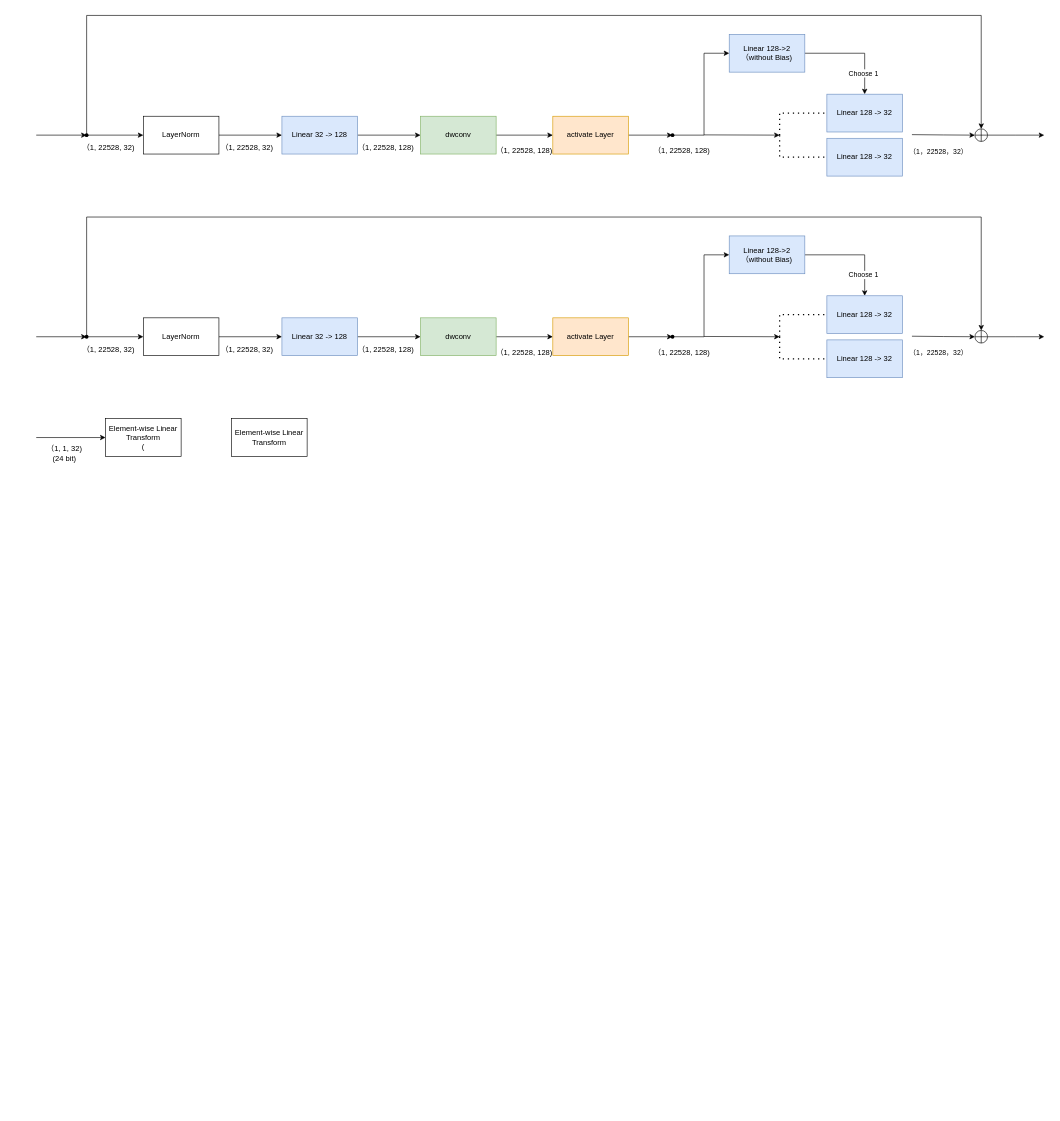
Above: page "Copy of MoE" (2 of 2) of Segformer.drawio in Devil-SX/draw-io (draw.io), before the change. Source tidied: cells renumbered, new cells numbered last; positions are measured from the earlier drawing's top-left corner, leaving out a move shared by most shapes. Both pictures are drawn from the tidied source at 63%, with x=0, y=0 at pixel (30, 15).
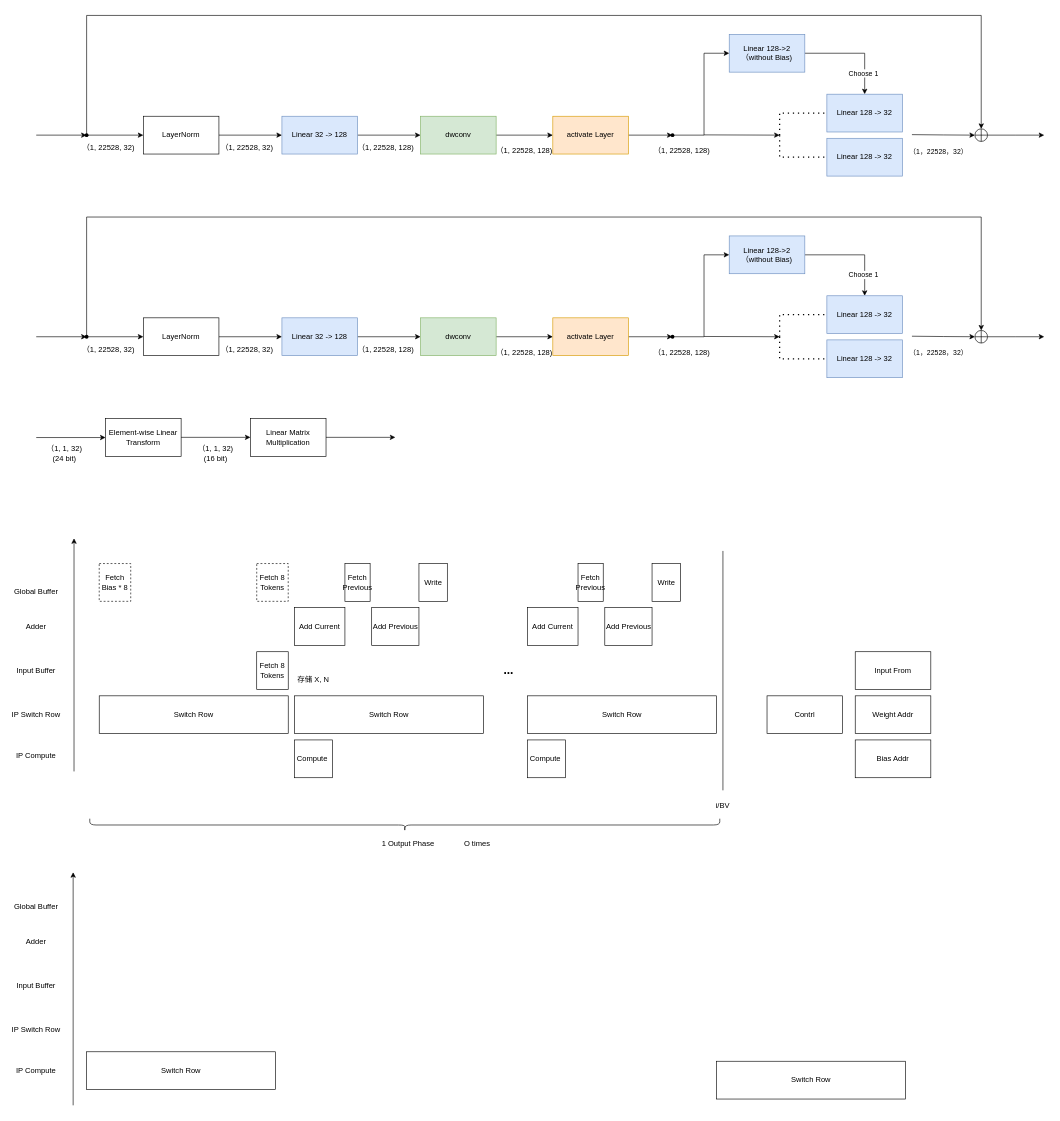
Above is the later version.

The edit, as a diff of the source:
```diff
@@
-    <mxCell id="66" value="Element-wise Linear Transform&lt;br&gt;(" style="rounded=0;whiteSpace=wrap;html=1;" parent="1" vertex="1">
+    <mxCell id="66" value="Element-wise Linear Transform" style="rounded=0;whiteSpace=wrap;html=1;" parent="1" vertex="1">
       <mxGeometry x="120" y="640" width="120" height="60" as="geometry" />
     </mxCell>
-    <mxCell id="67" value="Element-wise Linear Transform" style="rounded=0;whiteSpace=wrap;html=1;" parent="1" vertex="1">
-      <mxGeometry x="320" y="640" width="120" height="60" as="geometry" />
+    <mxCell id="67" value="Linear Matrix Multiplication" style="rounded=0;whiteSpace=wrap;html=1;" parent="1" vertex="1">
+      <mxGeometry x="350" y="640" width="120" height="60" as="geometry" />
     </mxCell>
+    <mxCell id="68" style="endArrow=classic;html=1;rounded=0;" parent="1" edge="1">
+      <mxGeometry relative="1" as="geometry">
+        <mxPoint x="240" y="669.7" as="sourcePoint" />
+        <mxPoint x="350" y="669.7" as="targetPoint" />
+      </mxGeometry>
+    </mxCell>
+    <mxCell id="69" value="（1, 1, 32)&lt;br&gt;(16 bit)" style="text;html=1;strokeColor=none;fillColor=none;align=center;verticalAlign=middle;whiteSpace=wrap;rounded=0;" parent="1" vertex="1">
+      <mxGeometry x="240" y="680" width="110" height="30" as="geometry" />
+    </mxCell>
+    <mxCell id="70" style="endArrow=classic;html=1;rounded=0;" parent="1" edge="1">
+      <mxGeometry relative="1" as="geometry">
+        <mxPoint x="470" y="669.7" as="sourcePoint" />
+        <mxPoint x="580" y="669.7" as="targetPoint" />
+      </mxGeometry>
+    </mxCell>
+    <mxCell id="71" value="Fetch 8 Tokens" style="rounded=0;whiteSpace=wrap;html=1;" parent="1" vertex="1">
+      <mxGeometry x="360" y="1010" width="50" height="60" as="geometry" />
+    </mxCell>
+    <mxCell id="72" value="Switch Row" style="rounded=0;whiteSpace=wrap;html=1;" parent="1" vertex="1">
+      <mxGeometry x="110" y="1080" width="300" height="60" as="geometry" />
+    </mxCell>
+    <mxCell id="73" style="endArrow=classic;html=1;rounded=0;" parent="1" edge="1">
+      <mxGeometry relative="1" as="geometry">
+        <mxPoint x="70" y="1200" as="sourcePoint" />
+        <mxPoint x="70" y="830" as="targetPoint" />
+      </mxGeometry>
+    </mxCell>
+    <mxCell id="74" value="IP Switch Row" style="text;html=1;strokeColor=none;fillColor=none;align=center;verticalAlign=middle;whiteSpace=wrap;rounded=0;" parent="1" vertex="1">
+      <mxGeometry x="-30" y="1095" width="80" height="30" as="geometry" />
+    </mxCell>
+    <mxCell id="75" value="IP Compute" style="text;html=1;strokeColor=none;fillColor=none;align=center;verticalAlign=middle;whiteSpace=wrap;rounded=0;" parent="1" vertex="1">
+      <mxGeometry x="-30" y="1160" width="80" height="30" as="geometry" />
+    </mxCell>
+    <mxCell id="76" value="Compute&amp;nbsp;" style="rounded=0;whiteSpace=wrap;html=1;" parent="1" vertex="1">
+      <mxGeometry x="420" y="1150" width="60" height="60" as="geometry" />
+    </mxCell>
+    <mxCell id="77" value="Compute&amp;nbsp;" style="rounded=0;whiteSpace=wrap;html=1;" parent="1" vertex="1">
+      <mxGeometry x="790" y="1150" width="60" height="60" as="geometry" />
+    </mxCell>
+    <mxCell id="78" value="Input Buffer" style="text;html=1;strokeColor=none;fillColor=none;align=center;verticalAlign=middle;whiteSpace=wrap;rounded=0;" parent="1" vertex="1">
+      <mxGeometry x="-30" y="1025" width="80" height="30" as="geometry" />
+    </mxCell>
+    <mxCell id="79" value="Adder" style="text;html=1;strokeColor=none;fillColor=none;align=center;verticalAlign=middle;whiteSpace=wrap;rounded=0;" parent="1" vertex="1">
+      <mxGeometry x="-30" y="955" width="80" height="30" as="geometry" />
+    </mxCell>
+    <mxCell id="80" value="Global Buffer" style="text;html=1;strokeColor=none;fillColor=none;align=center;verticalAlign=middle;whiteSpace=wrap;rounded=0;" parent="1" vertex="1">
+      <mxGeometry x="-30" y="900" width="80" height="30" as="geometry" />
+    </mxCell>
+    <mxCell id="81" value="Switch Row" style="rounded=0;whiteSpace=wrap;html=1;" parent="1" vertex="1">
+      <mxGeometry x="420" y="1080" width="300" height="60" as="geometry" />
+    </mxCell>
+    <mxCell id="82" value="Switch Row" style="rounded=0;whiteSpace=wrap;html=1;" parent="1" vertex="1">
+      <mxGeometry x="790" y="1080" width="300" height="60" as="geometry" />
+    </mxCell>
+    <mxCell id="83" value="Fetch Previous" style="rounded=0;whiteSpace=wrap;html=1;" parent="1" vertex="1">
+      <mxGeometry x="870" y="870" width="40" height="60" as="geometry" />
+    </mxCell>
+    <mxCell id="84" value="Add Current" style="rounded=0;whiteSpace=wrap;html=1;" parent="1" vertex="1">
+      <mxGeometry x="790" y="940" width="80" height="60" as="geometry" />
+    </mxCell>
+    <mxCell id="85" value="Add Previous" style="rounded=0;whiteSpace=wrap;html=1;" parent="1" vertex="1">
+      <mxGeometry x="912.5" y="940" width="75" height="60" as="geometry" />
+    </mxCell>
+    <mxCell id="86" value="Write" style="rounded=0;whiteSpace=wrap;html=1;" parent="1" vertex="1">
+      <mxGeometry x="987.5" y="870" width="45" height="60" as="geometry" />
+    </mxCell>
+    <mxCell id="87" style="endArrow=none;html=1;rounded=0;" parent="1" edge="1">
+      <mxGeometry relative="1" as="geometry">
+        <mxPoint x="1100" y="1230" as="sourcePoint" />
+        <mxPoint x="1100" y="850" as="targetPoint" />
+      </mxGeometry>
+    </mxCell>
+    <mxCell id="88" value="i/BV" style="text;html=1;strokeColor=none;fillColor=none;align=center;verticalAlign=middle;whiteSpace=wrap;rounded=0;" parent="1" vertex="1">
+      <mxGeometry x="1070" y="1240" width="60" height="30" as="geometry" />
+    </mxCell>
+    <mxCell id="89" value="存储 X, N" style="text;html=1;strokeColor=none;fillColor=none;align=center;verticalAlign=middle;whiteSpace=wrap;rounded=0;" parent="1" vertex="1">
+      <mxGeometry x="420" y="1040" width="60" height="30" as="geometry" />
+    </mxCell>
+    <mxCell id="90" value="Fetch 8 Tokens" style="rounded=0;whiteSpace=wrap;html=1;dashed=1;" parent="1" vertex="1">
+      <mxGeometry x="360" y="870" width="50" height="60" as="geometry" />
+    </mxCell>
+    <mxCell id="91" value="Contrl" style="rounded=0;whiteSpace=wrap;html=1;" parent="1" vertex="1">
+      <mxGeometry x="1170" y="1080" width="120" height="60" as="geometry" />
+    </mxCell>
+    <mxCell id="92" value="Input From" style="rounded=0;whiteSpace=wrap;html=1;" parent="1" vertex="1">
+      <mxGeometry x="1310" y="1010" width="120" height="60" as="geometry" />
+    </mxCell>
+    <mxCell id="93" value="Weight Addr" style="rounded=0;whiteSpace=wrap;html=1;" parent="1" vertex="1">
+      <mxGeometry x="1310" y="1080" width="120" height="60" as="geometry" />
+    </mxCell>
+    <mxCell id="94" value="Bias Addr" style="rounded=0;whiteSpace=wrap;html=1;" parent="1" vertex="1">
+      <mxGeometry x="1310" y="1150" width="120" height="60" as="geometry" />
+    </mxCell>
+    <mxCell id="95" value="Fetch Previous" style="rounded=0;whiteSpace=wrap;html=1;" parent="1" vertex="1">
+      <mxGeometry x="500" y="870" width="40" height="60" as="geometry" />
+    </mxCell>
+    <mxCell id="96" value="Add Current" style="rounded=0;whiteSpace=wrap;html=1;" parent="1" vertex="1">
+      <mxGeometry x="420" y="940" width="80" height="60" as="geometry" />
+    </mxCell>
+    <mxCell id="97" value="Add Previous" style="rounded=0;whiteSpace=wrap;html=1;" parent="1" vertex="1">
+      <mxGeometry x="542.5" y="940" width="75" height="60" as="geometry" />
+    </mxCell>
+    <mxCell id="98" value="Write" style="rounded=0;whiteSpace=wrap;html=1;" parent="1" vertex="1">
+      <mxGeometry x="617.5" y="870" width="45" height="60" as="geometry" />
+    </mxCell>
+    <mxCell id="99" value="Fetch Bias * 8" style="rounded=0;whiteSpace=wrap;html=1;dashed=1;" parent="1" vertex="1">
+      <mxGeometry x="110" y="870" width="50" height="60" as="geometry" />
+    </mxCell>
+    <mxCell id="100" style="shape=curlyBracket;whiteSpace=wrap;html=1;rounded=1;flipH=1;labelPosition=right;verticalLabelPosition=middle;align=left;verticalAlign=middle;rotation=90;" parent="1" vertex="1">
+      <mxGeometry x="585" y="785" width="20" height="1000" as="geometry" />
+    </mxCell>
+    <mxCell id="101" value="&lt;b&gt;&lt;font style=&quot;font-size: 19px;&quot;&gt;...&lt;/font&gt;&lt;/b&gt;" style="text;html=1;strokeColor=none;fillColor=none;align=center;verticalAlign=middle;whiteSpace=wrap;rounded=0;" parent="1" vertex="1">
+      <mxGeometry x="730" y="1025" width="60" height="30" as="geometry" />
+    </mxCell>
+    <mxCell id="102" value="1 Output Phase" style="text;html=1;strokeColor=none;fillColor=none;align=center;verticalAlign=middle;whiteSpace=wrap;rounded=0;" parent="1" vertex="1">
+      <mxGeometry x="547.5" y="1300" width="105" height="30" as="geometry" />
+    </mxCell>
+    <mxCell id="103" value="O times" style="text;html=1;strokeColor=none;fillColor=none;align=center;verticalAlign=middle;whiteSpace=wrap;rounded=0;" parent="1" vertex="1">
+      <mxGeometry x="680" y="1300" width="60" height="30" as="geometry" />
+    </mxCell>
+    <mxCell id="104" style="endArrow=classic;html=1;rounded=0;" parent="1" edge="1">
+      <mxGeometry relative="1" as="geometry">
+        <mxPoint x="68.6" y="1730" as="sourcePoint" />
+        <mxPoint x="68.6" y="1360" as="targetPoint" />
+      </mxGeometry>
+    </mxCell>
+    <mxCell id="105" value="IP Switch Row" style="text;html=1;strokeColor=none;fillColor=none;align=center;verticalAlign=middle;whiteSpace=wrap;rounded=0;" parent="1" vertex="1">
+      <mxGeometry x="-30" y="1595" width="80" height="30" as="geometry" />
+    </mxCell>
+    <mxCell id="106" value="IP Compute" style="text;html=1;strokeColor=none;fillColor=none;align=center;verticalAlign=middle;whiteSpace=wrap;rounded=0;" parent="1" vertex="1">
+      <mxGeometry x="-30" y="1660" width="80" height="30" as="geometry" />
+    </mxCell>
+    <mxCell id="107" value="Input Buffer" style="text;html=1;strokeColor=none;fillColor=none;align=center;verticalAlign=middle;whiteSpace=wrap;rounded=0;" parent="1" vertex="1">
+      <mxGeometry x="-30" y="1525" width="80" height="30" as="geometry" />
+    </mxCell>
+    <mxCell id="108" value="Adder" style="text;html=1;strokeColor=none;fillColor=none;align=center;verticalAlign=middle;whiteSpace=wrap;rounded=0;" parent="1" vertex="1">
+      <mxGeometry x="-30" y="1455" width="80" height="30" as="geometry" />
+    </mxCell>
+    <mxCell id="109" value="Global Buffer" style="text;html=1;strokeColor=none;fillColor=none;align=center;verticalAlign=middle;whiteSpace=wrap;rounded=0;" parent="1" vertex="1">
+      <mxGeometry x="-30" y="1400" width="80" height="30" as="geometry" />
+    </mxCell>
+    <mxCell id="110" value="Switch Row" style="rounded=0;whiteSpace=wrap;html=1;" parent="1" vertex="1">
+      <mxGeometry x="90" y="1645" width="300" height="60" as="geometry" />
+    </mxCell>
+    <mxCell id="111" value="Switch Row" style="rounded=0;whiteSpace=wrap;html=1;" parent="1" vertex="1">
+      <mxGeometry x="1090" y="1660" width="300" height="60" as="geometry" />
+    </mxCell>
```
